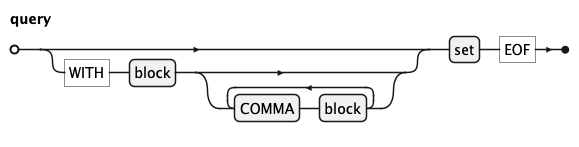
Before: docs/kql/query.png, a diagram exported from PlantUML (koryki-java/core). Source of this version:
```plantuml
@startebnf
' border and background
skinparam legendBorderColor transparent
skinparam legendBackgroundColor white

'title query

query =
    ["WITH", block, {COMMA, block}], set, "EOF"
;
@endebnf
```
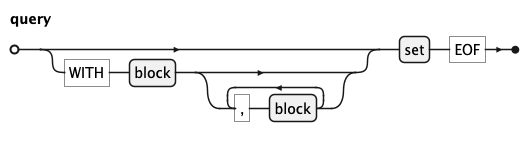
The same diagram one commit later.

Diff of the diagram source:
```diff
@@ -6,6 +6,6 @@
 'title query
 
 query =
-    ["WITH", block, {COMMA, block}], set, "EOF"
+    ["WITH", block, {",", block}], set, "EOF"
 ;
 @endebnf
```
